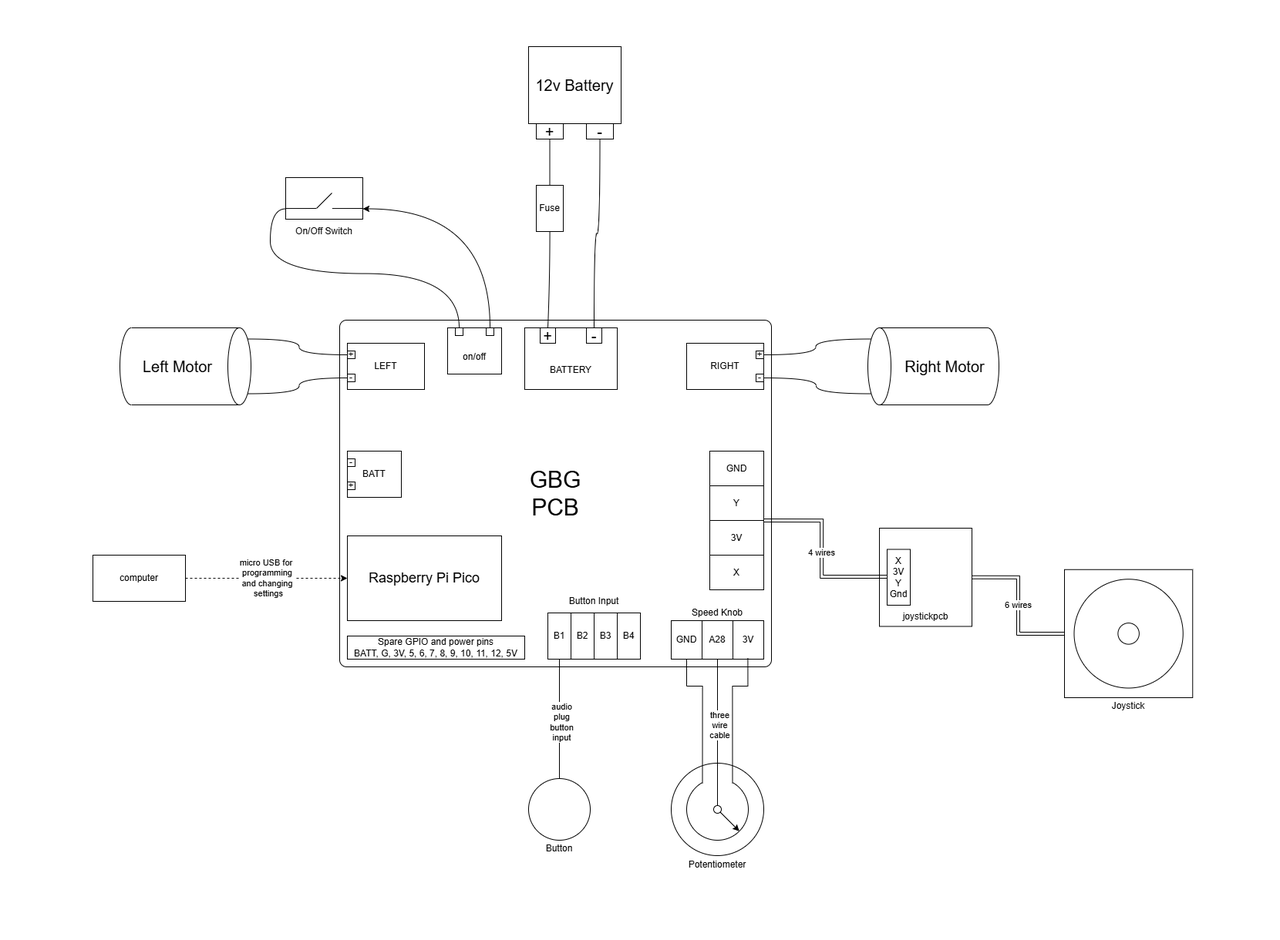
gobabygocarswithjoysticks/gbg-pcb-2 keeps this draw.io diagram as docs/instructions/diagrams/circuit_diagram.drawio.png. Above is the earlier version. Source tidied: cells renumbered, new cells last; positions are measured from the earlier drawing's top-left corner, leaving out a move shared by most shapes.
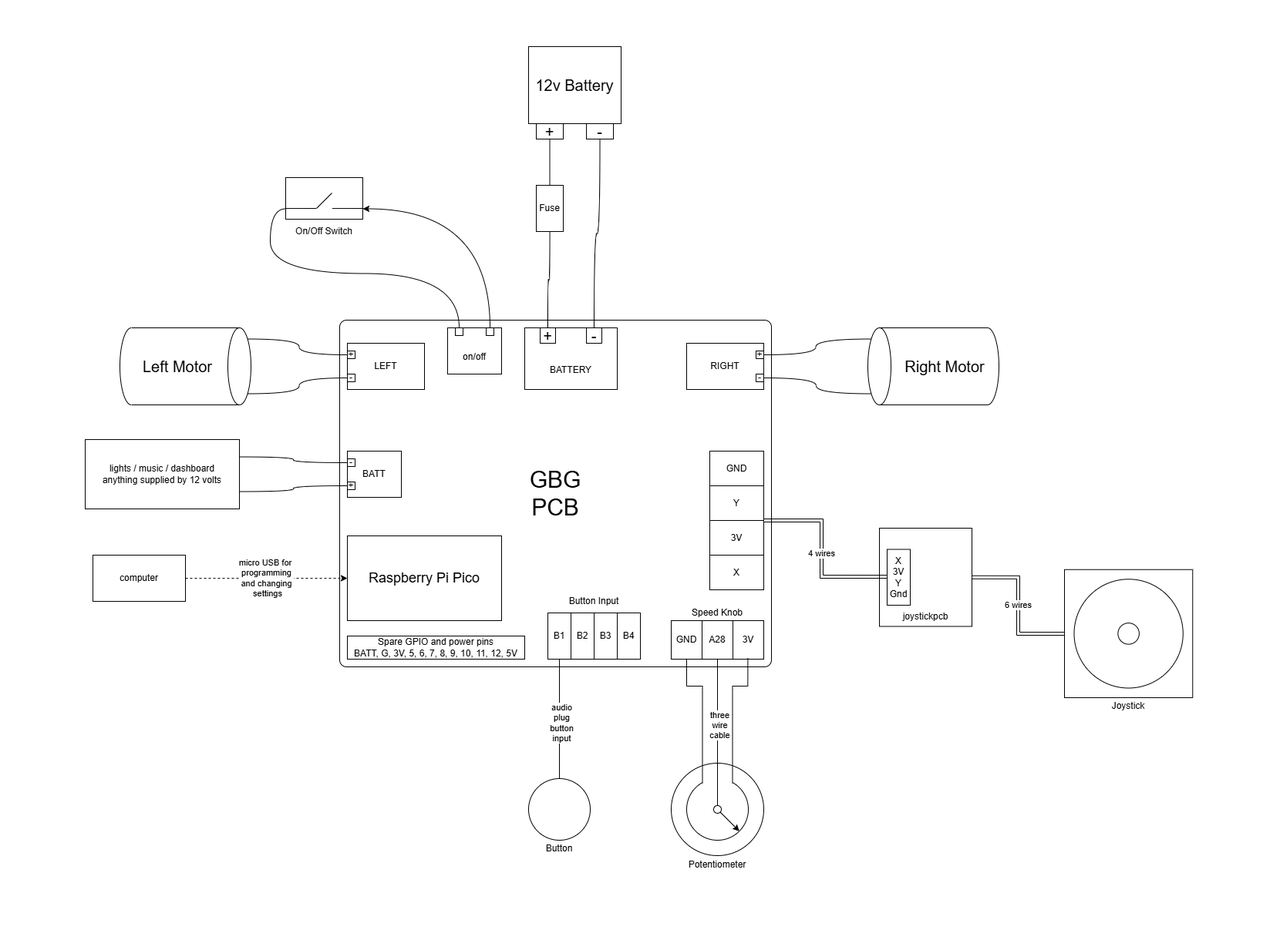
Later version of the same file.

The edit, as a diff of the source:
```diff
@@ -41,9 +41,15 @@
     <mxCell id="14" value="-" style="whiteSpace=wrap;html=1;" parent="11" vertex="1">
       <mxGeometry x="90" y="40" width="10" height="10" as="geometry" />
     </mxCell>
+    <mxCell id="82" style="edgeStyle=orthogonalEdgeStyle;rounded=0;jettySize=auto;html=1;exitX=0;exitY=0.75;exitDx=0;exitDy=0;entryX=1;entryY=0.75;entryDx=0;entryDy=0;curved=1;endArrow=none;startFill=0;" parent="1" edge="1" source="15" target="84">
+      <mxGeometry relative="1" as="geometry" />
+    </mxCell>
     <mxCell id="15" value="BATT" style="rounded=0;whiteSpace=wrap;html=1;" parent="1" vertex="1">
       <mxGeometry x="450" y="585" width="70" height="60" as="geometry" />
     </mxCell>
+    <mxCell id="83" style="edgeStyle=orthogonalEdgeStyle;rounded=0;jettySize=auto;html=1;exitX=0;exitY=0.5;exitDx=0;exitDy=0;entryX=1;entryY=0.25;entryDx=0;entryDy=0;curved=1;endArrow=none;startFill=0;" parent="1" edge="1" source="16" target="84">
+      <mxGeometry relative="1" as="geometry" />
+    </mxCell>
     <mxCell id="16" value="-" style="whiteSpace=wrap;html=1;" parent="1" vertex="1">
       <mxGeometry x="450" y="595" width="10" height="10" as="geometry" />
     </mxCell>
@@ -271,5 +277,8 @@
     <mxCell id="81" style="whiteSpace=wrap;html=1;strokeColor=none;" parent="1" vertex="1">
       <mxGeometry x="1580" y="1140" width="80" height="80" as="geometry" />
     </mxCell>
+    <mxCell id="84" value="lights / music / dashboard&lt;div&gt;anything supplied by 12 volts&lt;/div&gt;" style="rounded=0;whiteSpace=wrap;html=1;" parent="1" vertex="1">
+      <mxGeometry x="110" y="570" width="200" height="90" as="geometry" />
+    </mxCell>
   </root>
 </mxGraphModel>
```
